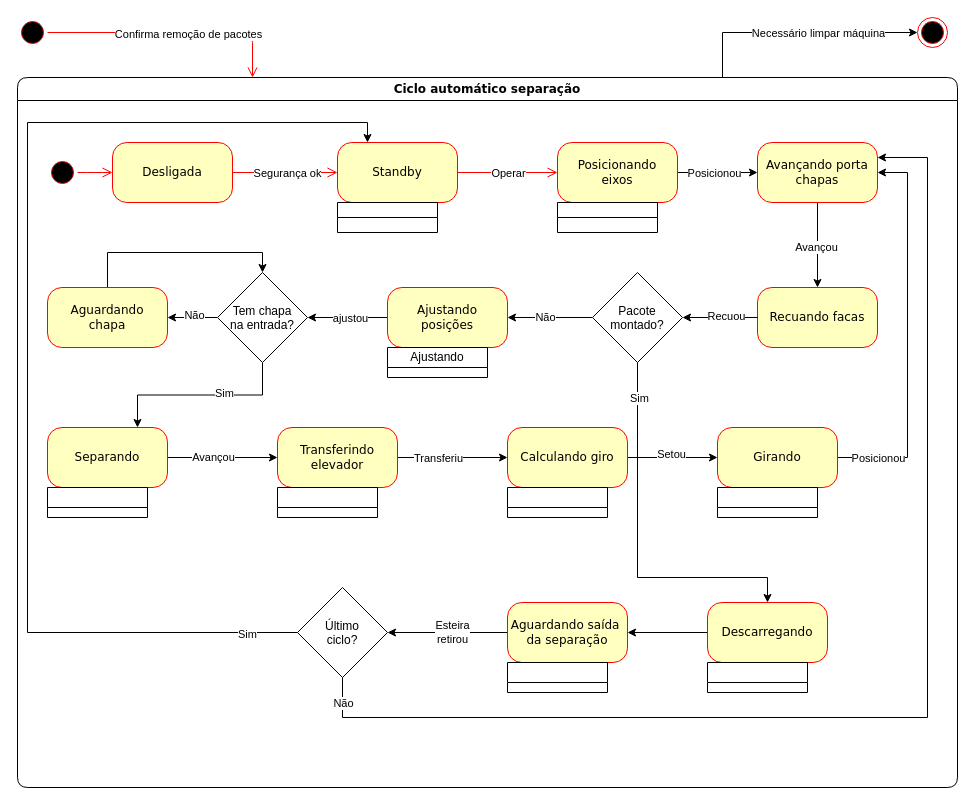
The draw.io diagram page "Separação" (1 of 3) of separar_pacotes_M05511N01.drawio in JonanMuller/WEGDiagrams, before the edit. Source tidied: cells renumbered, new cells numbered last; positions are measured from the earlier drawing's top-left corner, leaving out a move shared by most shapes. Both pictures are drawn from the tidied source at 100%, with x=0, y=0 at pixel (17, 17).
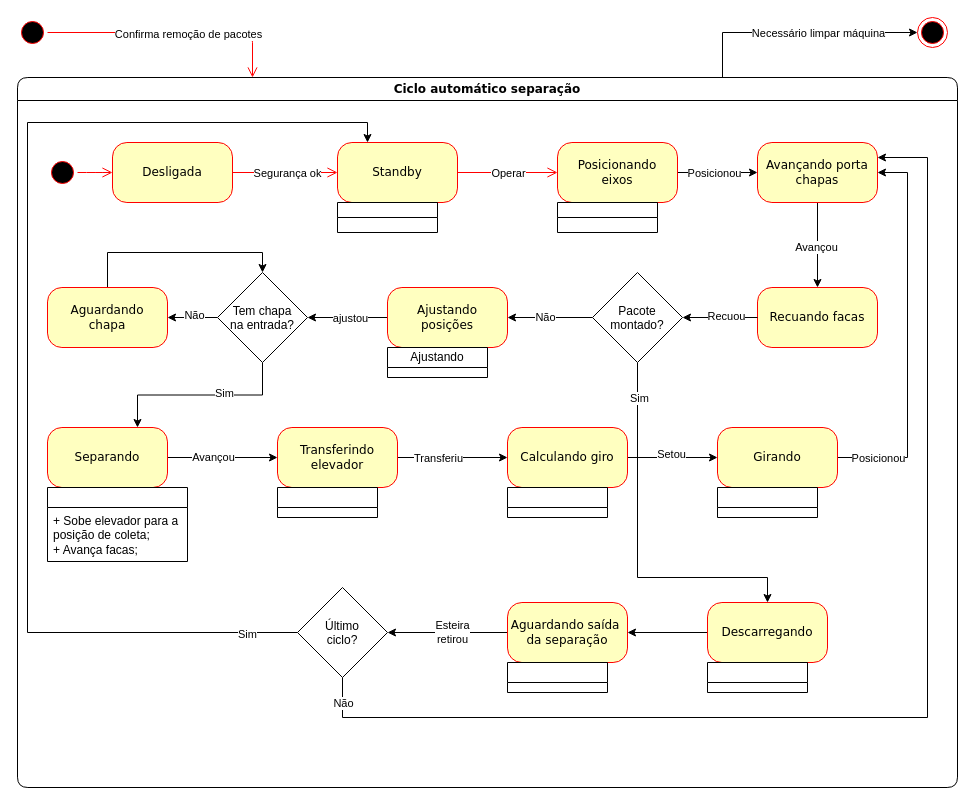
Above is the later version.

Diff of the diagram source:
```diff
@@
-    <mxCell id="72" style="swimlane;fontStyle=0;horizontal=1;startSize=20;fillColor=none;whiteSpace=wrap;html=1;" parent="1" vertex="1" collapsed="1">
-      <mxGeometry x="30" y="470" width="100" height="30" as="geometry" />
+    <mxCell id="72" style="swimlane;fontStyle=0;horizontal=1;startSize=20;fillColor=none;whiteSpace=wrap;html=1;" parent="1" vertex="1">
+      <mxGeometry x="30" y="470" width="140" height="74" as="geometry" />
     </mxCell>
+    <mxCell id="73" value="+ Sobe elevador para a posição de coleta;&lt;div&gt;+ Avança facas;&lt;/div&gt;" style="text;strokeColor=none;fillColor=none;align=left;verticalAlign=top;spacingLeft=4;spacingRight=4;overflow=hidden;whiteSpace=wrap;html=1;" parent="72" vertex="1">
+      <mxGeometry y="20" width="140" height="54" as="geometry" />
+    </mxCell>
```
